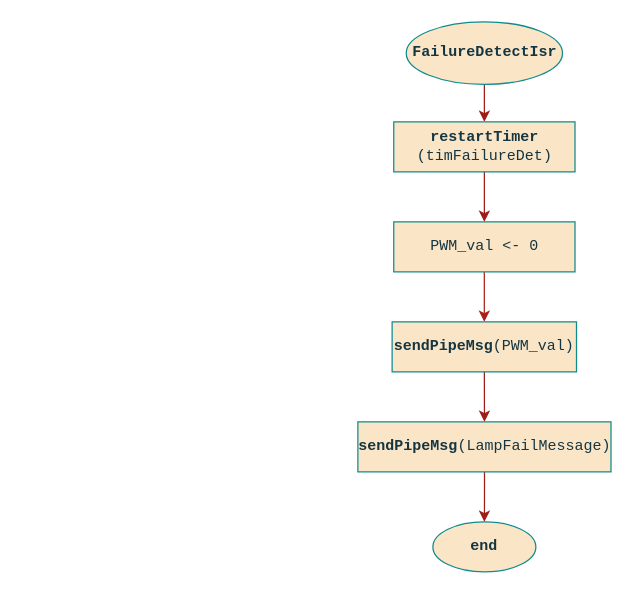
ESRGgroup9/slipad keeps this draw.io diagram as page "LampFailureDetector" (3 of 3) of project/report/flowcharts/Sensors.drawio. Above is the earlier version. Source tidied: cells renumbered, new cells numbered last; positions are measured from the earlier drawing's top-left corner, leaving out a move shared by most shapes. Both pictures are drawn from the tidied source at 125%, with x=0, y=0 at pixel (21, 21).
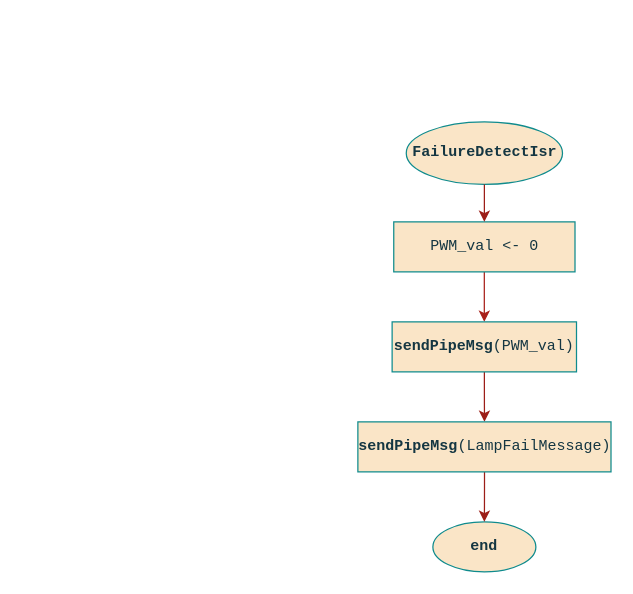
The same diagram, later.

The edit, as a diff of the source:
```diff
@@
 <mxGraphModel>
   <root>
     <mxCell id="0" />
     <mxCell id="1" parent="0" />
-    <mxCell id="2" style="edgeStyle=orthogonalEdgeStyle;rounded=1;jettySize=auto;html=1;strokeColor=#9C1E18;" parent="1" edge="1" source="3" target="13">
-      <mxGeometry relative="1" as="geometry" />
-    </mxCell>
     <mxCell id="3" value="&lt;b&gt;FailureDetectIsr&lt;/b&gt;" style="ellipse;whiteSpace=wrap;html=1;fontFamily=Courier New;fillColor=#FAE5C7;strokeColor=#0F8B8D;fontColor=#143642;" parent="1" vertex="1">
-      <mxGeometry x="307.5" width="125" height="50" as="geometry" />
+      <mxGeometry x="307.5" y="80" width="125" height="50" as="geometry" />
     </mxCell>
     <mxCell id="4" value="&lt;b&gt;end&lt;/b&gt;" style="ellipse;whiteSpace=wrap;html=1;rounded=0;sketch=0;fontFamily=Courier New;fontColor=#143642;strokeColor=#0F8B8D;fillColor=#FAE5C7;" parent="1" vertex="1">
       <mxGeometry x="328.8" y="400" width="82.4" height="40" as="geometry" />
     </mxCell>
     <mxCell id="5" value=" " style="text;html=1;align=center;verticalAlign=middle;strokeColor=none;fillColor=none;" parent="1" vertex="1">
-      <mxGeometry y="5" width="20" height="10" as="geometry" />
+      <mxGeometry y="85" width="20" height="10" as="geometry" />
     </mxCell>
     <mxCell id="6" style="edgeStyle=orthogonalEdgeStyle;curved=0;rounded=1;sketch=0;jettySize=auto;html=1;fontColor=#143642;strokeColor=#A8201A;fillColor=#FAE5C7;entryX=0.5;entryY=0;entryDx=0;entryDy=0;" parent="1" edge="1" source="7" target="9">
       <mxGeometry relative="1" as="geometry" />
     </mxCell>
     <mxCell id="7" value="PWM_val &amp;lt;- 0" style="rounded=0;whiteSpace=wrap;html=1;sketch=0;fontColor=#143642;strokeColor=#0F8B8D;fillColor=#FAE5C7;fontFamily=Courier New;" parent="1" vertex="1">
       <mxGeometry x="297.5" y="160" width="145" height="40" as="geometry" />
     </mxCell>
     <mxCell id="8" style="edgeStyle=orthogonalEdgeStyle;rounded=1;jettySize=auto;html=1;strokeColor=#9C1E18;" parent="1" edge="1" source="9" target="11">
       <mxGeometry relative="1" as="geometry" />
     </mxCell>
     <mxCell id="9" value="&lt;b&gt;sendPipeMsg&lt;/b&gt;(PWM_val)" style="rounded=0;whiteSpace=wrap;html=1;sketch=0;fontColor=#143642;strokeColor=#0F8B8D;fillColor=#FAE5C7;fontFamily=Courier New;" parent="1" vertex="1">
       <mxGeometry x="296.2" y="240" width="147.5" height="40" as="geometry" />
     </mxCell>
     <mxCell id="10" style="edgeStyle=orthogonalEdgeStyle;rounded=1;jettySize=auto;html=1;strokeColor=#9C1E18;" parent="1" edge="1" source="11" target="4">
       <mxGeometry relative="1" as="geometry" />
     </mxCell>
     <mxCell id="11" value="&lt;b&gt;sendPipeMsg&lt;/b&gt;(LampFailMessage)" style="rounded=0;whiteSpace=wrap;html=1;sketch=0;fontColor=#143642;strokeColor=#0F8B8D;fillColor=#FAE5C7;fontFamily=Courier New;" parent="1" vertex="1">
       <mxGeometry x="268.8" y="320" width="202.5" height="40" as="geometry" />
     </mxCell>
-    <mxCell id="12" style="edgeStyle=orthogonalEdgeStyle;rounded=1;jettySize=auto;html=1;strokeColor=#9C1E18;" parent="1" edge="1" source="13" target="7">
+    <mxCell id="12" style="edgeStyle=orthogonalEdgeStyle;rounded=1;jettySize=auto;html=1;strokeColor=#9C1E18;" parent="1" edge="1" source="3" target="7">
       <mxGeometry relative="1" as="geometry" />
     </mxCell>
-    <mxCell id="13" value="&lt;b&gt;restartTimer&lt;/b&gt; (timFailureDet)" style="rounded=0;whiteSpace=wrap;html=1;sketch=0;fontColor=#143642;strokeColor=#0F8B8D;fillColor=#FAE5C7;fontFamily=Courier New;" parent="1" vertex="1">
-      <mxGeometry x="297.5" y="80" width="145" height="40" as="geometry" />
-    </mxCell>
   </root>
 </mxGraphModel>
```
